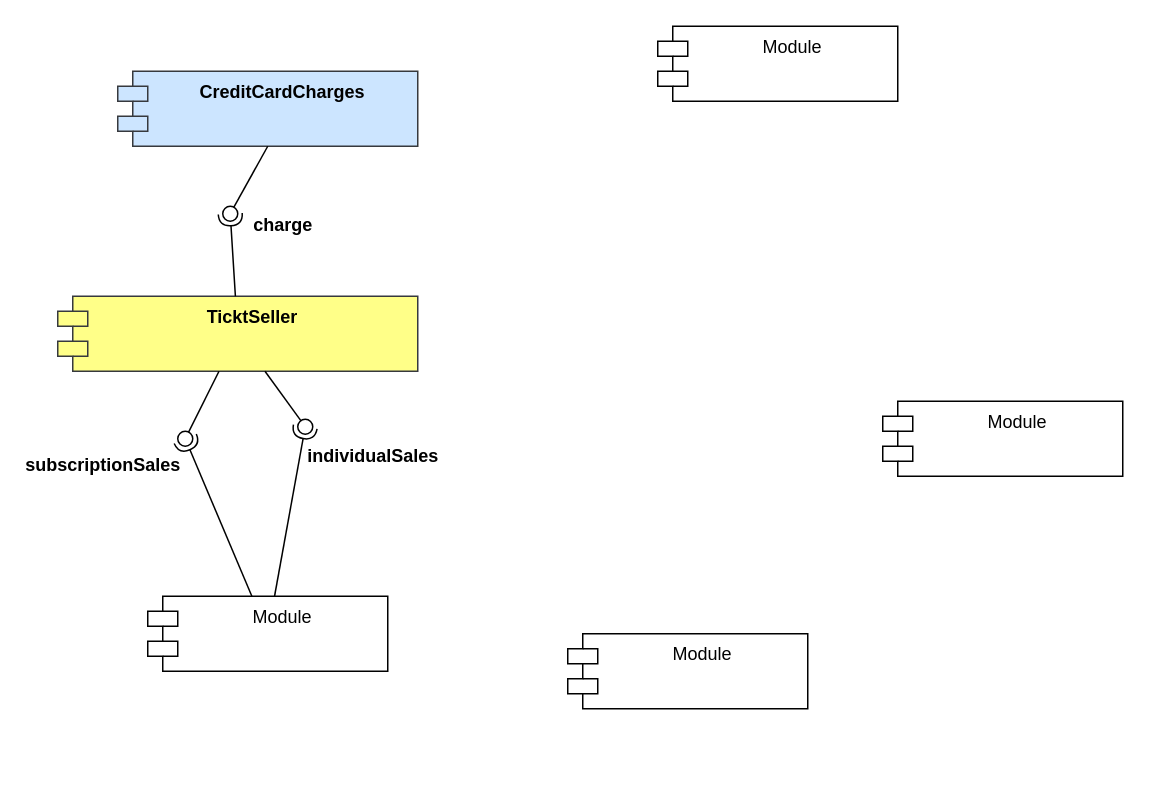
Above: 5-購票流程.drawio in wei0728/UML-diagram (draw.io), before the change. Source tidied: cells renumbered, new cells numbered last; positions are measured from the earlier drawing's top-left corner, leaving out a move shared by most shapes. Both pictures are drawn from the tidied source at 150%, with x=0, y=0 at pixel (42, 26).
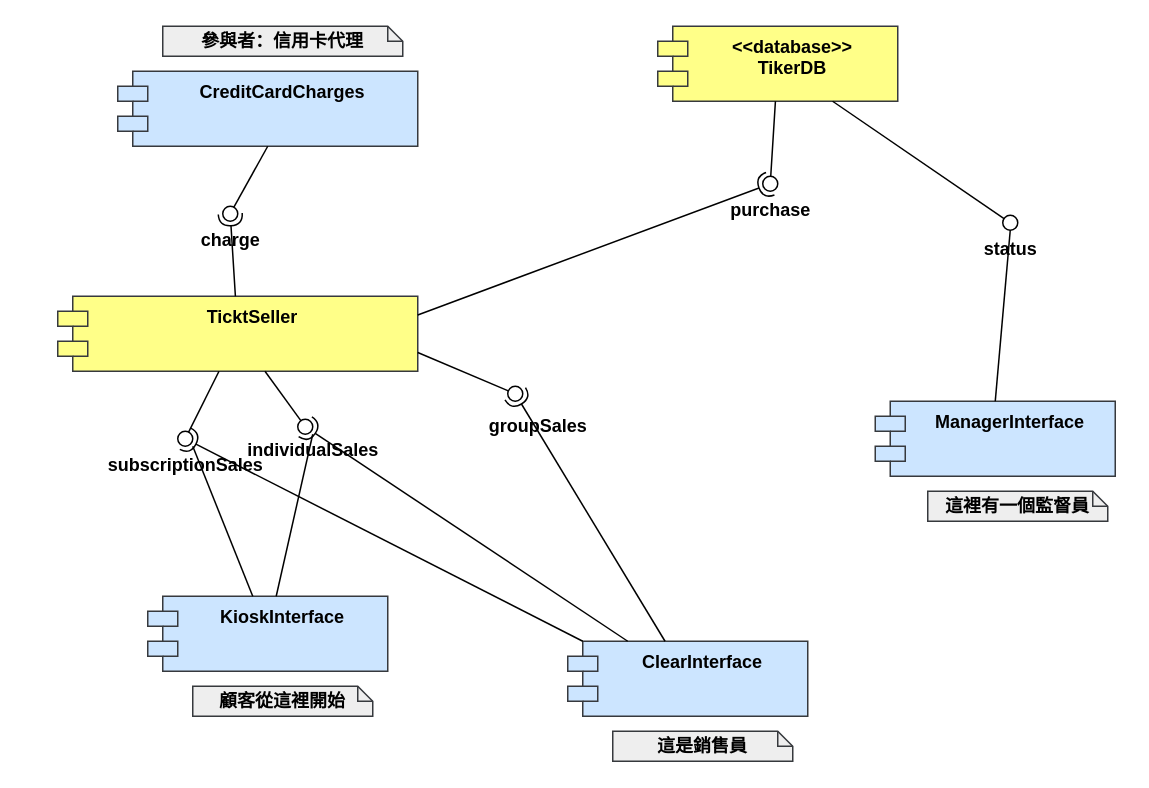
After the change.

Commit message (it also covers changes not shown here):
更新5-購票流程.drawio

The change refers to these unchanged cells:
```xml
<mxCell id="2" value="TicktSeller" style="shape=module;align=right;spacingLeft=20;align=center;verticalAlign=top;whiteSpace=wrap;html=1;fillColor=#ffff88;strokeColor=#36393d;fontStyle=1;" parent="1" vertex="1">
  <mxGeometry x="10" y="180" width="240" height="50" as="geometry" />
</mxCell>
<mxCell id="10" style="ellipse;whiteSpace=wrap;html=1;align=center;fillColor=none;strokeColor=none;perimeter=centerPerimeter;points=[];outlineConnect=1;" parent="1" vertex="1">
  <mxGeometry x="90" y="270" width="10" height="10" as="geometry" />
</mxCell>
<mxCell id="13" style="ellipse;whiteSpace=wrap;html=1;align=center;fillColor=none;strokeColor=none;perimeter=centerPerimeter;points=[];outlineConnect=1;" parent="1" vertex="1">
  <mxGeometry x="170" y="262" width="10" height="10" as="geometry" />
</mxCell>
```

Diff of the diagram source:
```diff
@@
-    <mxCell id="4" value="Module" style="shape=module;align=left;spacingLeft=20;align=center;verticalAlign=top;whiteSpace=wrap;html=1;" parent="1" vertex="1">
+    <mxCell id="4" value="&lt;div&gt;&lt;b&gt;&amp;lt;&amp;lt;database&amp;gt;&amp;gt;&lt;/b&gt;&lt;/div&gt;&lt;div&gt;&lt;b&gt;TikerDB&lt;/b&gt;&lt;/div&gt;" style="shape=module;align=left;spacingLeft=20;align=center;verticalAlign=top;whiteSpace=wrap;html=1;fillColor=#ffff88;strokeColor=#36393d;" parent="1" vertex="1">
       <mxGeometry x="410" width="160" height="50" as="geometry" />
     </mxCell>
-    <mxCell id="5" value="Module" style="shape=module;align=left;spacingLeft=20;align=center;verticalAlign=top;whiteSpace=wrap;html=1;" parent="1" vertex="1">
+    <mxCell id="5" value="&lt;b&gt;KioskInterface&lt;/b&gt;" style="shape=module;align=left;spacingLeft=20;align=center;verticalAlign=top;whiteSpace=wrap;html=1;fillColor=#cce5ff;strokeColor=#36393d;" parent="1" vertex="1">
       <mxGeometry x="70" y="380" width="160" height="50" as="geometry" />
     </mxCell>
-    <mxCell id="6" value="Module" style="shape=module;align=left;spacingLeft=20;align=center;verticalAlign=top;whiteSpace=wrap;html=1;" parent="1" vertex="1">
-      <mxGeometry x="350" y="405" width="160" height="50" as="geometry" />
+    <mxCell id="6" value="&lt;b&gt;ClearInterface&lt;/b&gt;" style="shape=module;align=left;spacingLeft=20;align=center;verticalAlign=top;whiteSpace=wrap;html=1;fillColor=#cce5ff;strokeColor=#36393d;" parent="1" vertex="1">
+      <mxGeometry x="350" y="410" width="160" height="50" as="geometry" />
     </mxCell>
-    <mxCell id="7" value="Module" style="shape=module;align=left;spacingLeft=20;align=center;verticalAlign=top;whiteSpace=wrap;html=1;" parent="1" vertex="1">
-      <mxGeometry x="560" y="250" width="160" height="50" as="geometry" />
+    <mxCell id="7" value="&lt;b&gt;ManagerInterface&lt;/b&gt;" style="shape=module;align=left;spacingLeft=20;align=center;verticalAlign=top;whiteSpace=wrap;html=1;fillColor=#cce5ff;strokeColor=#36393d;" parent="1" vertex="1">
+      <mxGeometry x="555" y="250" width="160" height="50" as="geometry" />
     </mxCell>
-    <mxCell id="8" style="rounded=0;jettySize=auto;html=1;endArrow=halfCircle;endFill=0;endSize=6;strokeWidth=1;sketch=0;" parent="1" edge="1" source="5" target="10">
+    <mxCell id="8" style="rounded=0;jettySize=auto;html=1;endArrow=halfCircle;endFill=0;endSize=6;strokeWidth=1;sketch=0;exitX=0;exitY=0;exitDx=10;exitDy=0;exitPerimeter=0;" parent="1" edge="1" source="6" target="10">
       <mxGeometry relative="1" as="geometry" />
     </mxCell>
@@
-    <mxCell id="11" style="rounded=0;jettySize=auto;html=1;endArrow=halfCircle;endFill=0;endSize=6;strokeWidth=1;sketch=0;" parent="1" edge="1" source="5" target="13">
+    <mxCell id="11" style="rounded=0;jettySize=auto;html=1;endArrow=halfCircle;endFill=0;endSize=6;strokeWidth=1;sketch=0;exitX=0.25;exitY=0;exitDx=0;exitDy=0;" parent="1" edge="1" source="6" target="13">
       <mxGeometry relative="1" as="geometry" />
     </mxCell>
@@
     <mxCell id="14" value="subscriptionSales" style="text;align=center;fontStyle=1;verticalAlign=middle;spacingLeft=3;spacingRight=3;strokeColor=none;html=1;" parent="1" vertex="1">
-      <mxGeometry y="280" width="80" height="26" as="geometry" />
+      <mxGeometry x="55" y="280" width="80" height="26" as="geometry" />
     </mxCell>
     <mxCell id="15" value="individualSales" style="text;align=center;fontStyle=1;verticalAlign=middle;spacingLeft=3;spacingRight=3;strokeColor=none;html=1;" parent="1" vertex="1">
-      <mxGeometry x="180" y="274" width="80" height="26" as="geometry" />
+      <mxGeometry x="140" y="270" width="80" height="26" as="geometry" />
     </mxCell>
@@
     <mxCell id="19" value="charge" style="text;align=center;fontStyle=1;verticalAlign=middle;spacingLeft=3;spacingRight=3;strokeColor=none;html=1;" parent="1" vertex="1">
-      <mxGeometry x="120" y="120" width="80" height="26" as="geometry" />
+      <mxGeometry x="85" y="130" width="80" height="26" as="geometry" />
     </mxCell>
+    <mxCell id="20" style="endArrow=none;html=1;rounded=0;" parent="1" edge="1" source="5">
+      <mxGeometry relative="1" as="geometry">
+        <mxPoint x="100" y="280" as="targetPoint" />
+      </mxGeometry>
+    </mxCell>
+    <mxCell id="21" style="endArrow=none;html=1;rounded=0;entryX=1.08;entryY=1.12;entryDx=0;entryDy=0;entryPerimeter=0;" parent="1" edge="1" source="5">
+      <mxGeometry relative="1" as="geometry">
+        <mxPoint x="180" y="272" as="targetPoint" />
+      </mxGeometry>
+    </mxCell>
+    <mxCell id="22" value="&lt;b&gt;參與者：信用卡代理&lt;/b&gt;" style="shape=note;size=10;whiteSpace=wrap;html=1;fillColor=#eeeeee;strokeColor=#36393d;" parent="1" vertex="1">
+      <mxGeometry x="80" width="160" height="20" as="geometry" />
+    </mxCell>
+    <mxCell id="23" value="&lt;b&gt;顧客從這裡開始&lt;/b&gt;" style="shape=note;size=10;whiteSpace=wrap;html=1;fillColor=#eeeeee;strokeColor=#36393d;" parent="1" vertex="1">
+      <mxGeometry x="100" y="440" width="120" height="20" as="geometry" />
+    </mxCell>
+    <mxCell id="24" value="&lt;b&gt;這是銷售員&lt;/b&gt;" style="shape=note;size=10;whiteSpace=wrap;html=1;fillColor=#eeeeee;strokeColor=#36393d;" parent="1" vertex="1">
+      <mxGeometry x="380" y="470" width="120" height="20" as="geometry" />
+    </mxCell>
+    <mxCell id="25" value="&lt;b&gt;這裡有一個監督員&lt;/b&gt;" style="shape=note;size=10;whiteSpace=wrap;html=1;fillColor=#eeeeee;strokeColor=#36393d;" parent="1" vertex="1">
+      <mxGeometry x="590" y="310" width="120" height="20" as="geometry" />
+    </mxCell>
+    <mxCell id="26" style="rounded=0;jettySize=auto;html=1;endArrow=halfCircle;endFill=0;endSize=6;strokeWidth=1;sketch=0;exitX=1;exitY=0.25;exitDx=0;exitDy=0;" parent="1" edge="1" source="2" target="28">
+      <mxGeometry relative="1" as="geometry" />
+    </mxCell>
+    <mxCell id="27" style="rounded=0;jettySize=auto;html=1;endArrow=oval;endFill=0;sketch=0;sourcePerimeterSpacing=0;targetPerimeterSpacing=0;endSize=10;" parent="1" edge="1" source="4" target="28">
+      <mxGeometry relative="1" as="geometry" />
+    </mxCell>
+    <mxCell id="28" style="ellipse;whiteSpace=wrap;html=1;align=center;fillColor=none;strokeColor=none;perimeter=centerPerimeter;points=[];outlineConnect=1;" parent="1" vertex="1">
+      <mxGeometry x="480" y="100" width="10" height="10" as="geometry" />
+    </mxCell>
+    <mxCell id="29" value="purchase" style="text;align=center;fontStyle=1;verticalAlign=middle;spacingLeft=3;spacingRight=3;strokeColor=none;html=1;" parent="1" vertex="1">
+      <mxGeometry x="445" y="110" width="80" height="26" as="geometry" />
+    </mxCell>
+    <mxCell id="30" style="rounded=0;jettySize=auto;html=1;endArrow=oval;endFill=0;sketch=0;sourcePerimeterSpacing=0;targetPerimeterSpacing=0;endSize=10;" parent="1" edge="1" source="4" target="31">
+      <mxGeometry relative="1" as="geometry" />
+    </mxCell>
+    <mxCell id="31" style="ellipse;whiteSpace=wrap;html=1;align=center;fillColor=none;strokeColor=none;perimeter=centerPerimeter;points=[];outlineConnect=1;" parent="1" vertex="1">
+      <mxGeometry x="640" y="126" width="10" height="10" as="geometry" />
+    </mxCell>
+    <mxCell id="32" style="endArrow=none;html=1;rounded=0;exitX=0.5;exitY=0;exitDx=0;exitDy=0;" parent="1" edge="1" source="7">
+      <mxGeometry relative="1" as="geometry">
+        <mxPoint x="645" y="136" as="targetPoint" />
+      </mxGeometry>
+    </mxCell>
+    <mxCell id="33" value="status" style="text;align=center;fontStyle=1;verticalAlign=middle;spacingLeft=3;spacingRight=3;strokeColor=none;html=1;" parent="1" vertex="1">
+      <mxGeometry x="605" y="136" width="80" height="26" as="geometry" />
+    </mxCell>
+    <mxCell id="34" style="rounded=0;jettySize=auto;html=1;endArrow=halfCircle;endFill=0;endSize=6;strokeWidth=1;sketch=0;" parent="1" edge="1" source="6" target="36">
+      <mxGeometry relative="1" as="geometry" />
+    </mxCell>
+    <mxCell id="35" style="rounded=0;jettySize=auto;html=1;endArrow=oval;endFill=0;sketch=0;sourcePerimeterSpacing=0;targetPerimeterSpacing=0;endSize=10;exitX=1;exitY=0.75;exitDx=0;exitDy=0;" parent="1" edge="1" source="2" target="36">
+      <mxGeometry relative="1" as="geometry" />
+    </mxCell>
+    <mxCell id="36" style="ellipse;whiteSpace=wrap;html=1;align=center;fillColor=none;strokeColor=none;perimeter=centerPerimeter;points=[];outlineConnect=1;" parent="1" vertex="1">
+      <mxGeometry x="310" y="240" width="10" height="10" as="geometry" />
+    </mxCell>
+    <mxCell id="37" value="groupSales" style="text;align=center;fontStyle=1;verticalAlign=middle;spacingLeft=3;spacingRight=3;strokeColor=none;html=1;" parent="1" vertex="1">
+      <mxGeometry x="290" y="254" width="80" height="26" as="geometry" />
+    </mxCell>
```
